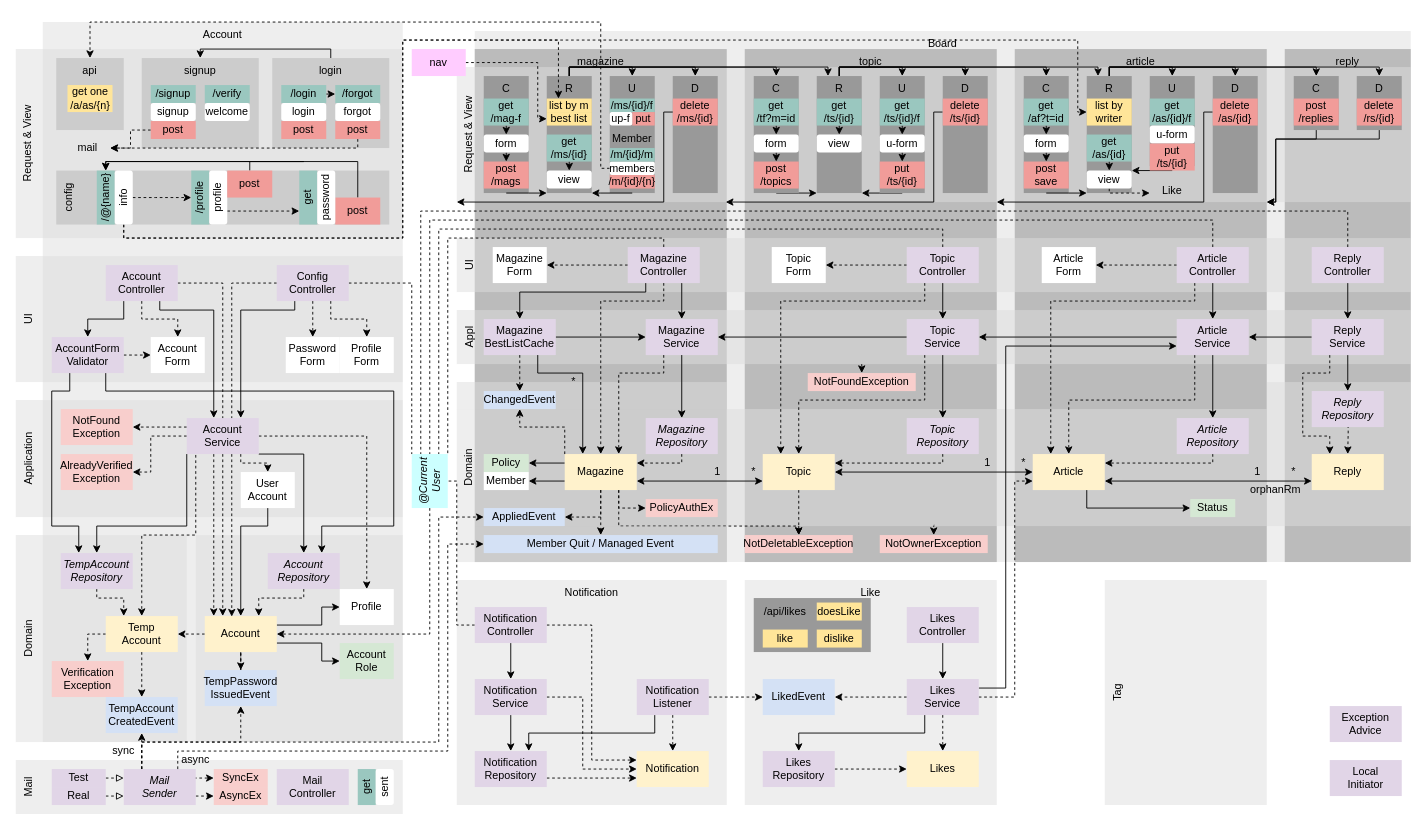
suloginscene/dinner keeps this draw.io diagram as diagram.drawio. Above is the earlier version. Source tidied: cells renumbered, new cells numbered last; positions are measured from the earlier drawing's top-left corner, leaving out a move shared by most shapes. Both pictures are drawn from the tidied source at 90%, with x=0, y=0 at pixel (15, 22).
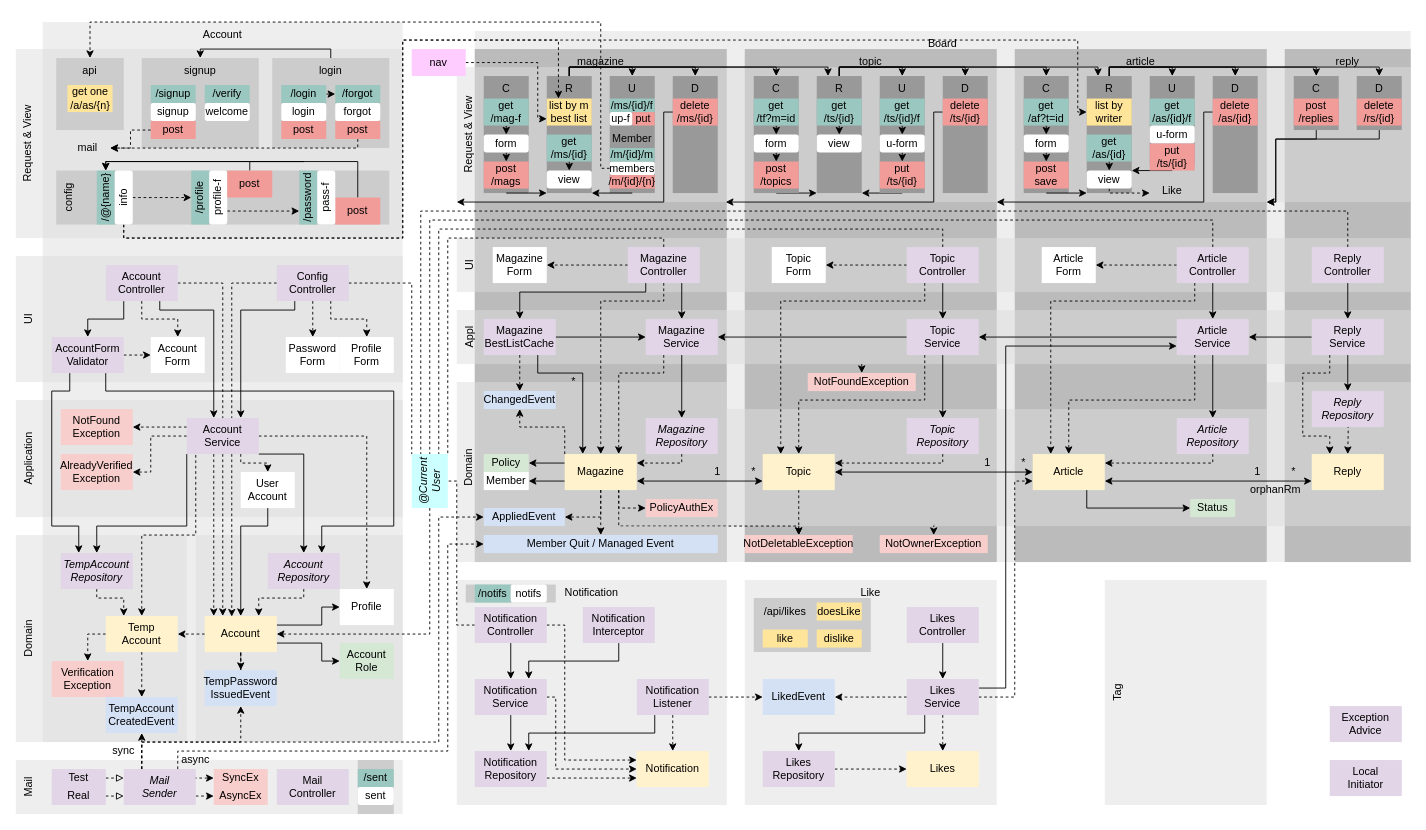
After the change.

Commit message (it also covers changes not shown here):
[#4] feat: Intercept & ship notification-count

Unchanged cells that the change refers to:
```xml
<mxCell id="327" value="Notification" style="rounded=0;whiteSpace=wrap;html=1;strokeColor=none;fillColor=#FFF2CC;" parent="1" vertex="1">
  <mxGeometry x="690" y="810" width="80" height="40" as="geometry" />
</mxCell>
<mxCell id="335" value="Notification&lt;br&gt;Controller" style="rounded=0;whiteSpace=wrap;html=1;strokeColor=none;fillColor=#E1D5E7;" parent="1" vertex="1">
  <mxGeometry x="510" y="650" width="80" height="40" as="geometry" />
</mxCell>
<mxCell id="338" value="Notification&lt;br&gt;Service" style="rounded=0;whiteSpace=wrap;html=1;strokeColor=none;fillColor=#E1D5E7;" parent="1" vertex="1">
  <mxGeometry x="510" y="730" width="80" height="40" as="geometry" />
</mxCell>
```

Diff of the diagram source:
```diff
@@
+    <mxCell id="4" value="Mail" style="rounded=0;whiteSpace=wrap;html=1;verticalAlign=top;fillColor=#EEEEEE;strokeColor=none;horizontal=0;" parent="1" vertex="1">
+      <mxGeometry y="820" width="430" height="60" as="geometry" />
+    </mxCell>
+    <mxCell id="339" style="rounded=0;whiteSpace=wrap;html=1;verticalAlign=top;strokeColor=none;align=left;fillColor=#CCCCCC;" parent="1" vertex="1">
+      <mxGeometry x="380" y="820" width="40" height="60" as="geometry" />
+    </mxCell>
@@
-    <mxCell id="4" value="Mail" style="rounded=0;whiteSpace=wrap;html=1;verticalAlign=top;fillColor=#EEEEEE;strokeColor=none;horizontal=0;" parent="1" vertex="1">
-      <mxGeometry y="820" width="430" height="60" as="geometry" />
-    </mxCell>
@@
-    <mxCell id="59" value="get" style="rounded=0;whiteSpace=wrap;html=1;strokeColor=none;fillColor=#9AC7BF;horizontal=0;" parent="1" vertex="1">
-      <mxGeometry x="380" y="830" width="20" height="40" as="geometry" />
+    <mxCell id="59" value="/sent" style="rounded=0;whiteSpace=wrap;html=1;strokeColor=none;fillColor=#9AC7BF;horizontal=1;" parent="1" vertex="1">
+      <mxGeometry x="380" y="830" width="40" height="20" as="geometry" />
     </mxCell>
@@
-    <mxCell id="62" value="sent" style="rounded=1;whiteSpace=wrap;html=1;strokeColor=none;horizontal=0;" parent="1" vertex="1">
-      <mxGeometry x="400" y="830" width="20" height="40" as="geometry" />
+    <mxCell id="62" value="sent" style="rounded=1;whiteSpace=wrap;html=1;strokeColor=none;horizontal=1;" parent="1" vertex="1">
+      <mxGeometry x="380" y="850" width="40" height="20" as="geometry" />
     </mxCell>
@@
-    <mxCell id="137" value="profile" style="rounded=1;whiteSpace=wrap;html=1;strokeColor=none;horizontal=0;" parent="1" vertex="1">
+    <mxCell id="137" value="profile-f" style="rounded=1;whiteSpace=wrap;html=1;strokeColor=none;horizontal=0;" parent="1" vertex="1">
       <mxGeometry x="215" y="165" width="20" height="60" as="geometry" />
     </mxCell>
@@
-    <mxCell id="303" value="get" style="rounded=0;whiteSpace=wrap;html=1;fontStyle=0;strokeColor=none;fillColor=#9AC7BF;horizontal=0;" parent="1" vertex="1">
+    <mxCell id="303" value="/password" style="rounded=0;whiteSpace=wrap;html=1;fontStyle=0;strokeColor=none;fillColor=#9AC7BF;horizontal=0;" parent="1" vertex="1">
       <mxGeometry x="315" y="165" width="20" height="60" as="geometry" />
     </mxCell>
-    <mxCell id="304" value="password" style="rounded=1;whiteSpace=wrap;html=1;strokeColor=none;horizontal=0;" parent="1" vertex="1">
+    <mxCell id="304" value="pass-f" style="rounded=1;whiteSpace=wrap;html=1;strokeColor=none;horizontal=0;" parent="1" vertex="1">
       <mxGeometry x="335" y="165" width="20" height="60" as="geometry" />
     </mxCell>
@@
-    <mxCell id="317" style="rounded=0;whiteSpace=wrap;html=1;verticalAlign=top;strokeColor=none;fillColor=#999999;align=left;" parent="1" vertex="1">
+    <mxCell id="317" style="rounded=0;whiteSpace=wrap;html=1;verticalAlign=top;strokeColor=none;align=left;fillColor=#CCCCCC;" parent="1" vertex="1">
       <mxGeometry x="820" y="640" width="130" height="60" as="geometry" />
     </mxCell>
@@
     <mxCell id="334" style="edgeStyle=orthogonalEdgeStyle;rounded=0;jettySize=auto;html=1;exitX=1;exitY=0.5;exitDx=0;exitDy=0;entryX=0;entryY=0.25;entryDx=0;entryDy=0;endArrow=classic;endFill=1;dashed=1;" parent="1" edge="1" source="335" target="327">
       <mxGeometry relative="1" as="geometry">
         <Array as="points">
-          <mxPoint x="640" y="670" />
-          <mxPoint x="640" y="820" />
+          <mxPoint x="610" y="670" />
+          <mxPoint x="610" y="820" />
         </Array>
       </mxGeometry>
     </mxCell>
@@
     <mxCell id="337" style="edgeStyle=orthogonalEdgeStyle;rounded=0;jettySize=auto;html=1;exitX=1;exitY=0.5;exitDx=0;exitDy=0;dashed=1;endArrow=classic;endFill=1;" parent="1" edge="1" source="338">
       <mxGeometry relative="1" as="geometry">
         <mxPoint x="690" y="830" as="targetPoint" />
         <Array as="points">
-          <mxPoint x="630" y="750" />
-          <mxPoint x="630" y="830" />
+          <mxPoint x="600" y="750" />
+          <mxPoint x="600" y="830" />
         </Array>
       </mxGeometry>
     </mxCell>
@@
+    <mxCell id="340" style="edgeStyle=orthogonalEdgeStyle;rounded=0;jettySize=auto;html=1;exitX=0.5;exitY=1;exitDx=0;exitDy=0;entryX=0.75;entryY=0;entryDx=0;entryDy=0;endArrow=classic;endFill=1;" parent="1" edge="1" source="341" target="338">
+      <mxGeometry relative="1" as="geometry" />
+    </mxCell>
+    <mxCell id="341" value="Notification&lt;br&gt;Interceptor" style="rounded=0;whiteSpace=wrap;html=1;strokeColor=none;fillColor=#E1D5E7;" parent="1" vertex="1">
+      <mxGeometry x="630" y="650" width="80" height="40" as="geometry" />
+    </mxCell>
+    <mxCell id="342" style="rounded=0;whiteSpace=wrap;html=1;verticalAlign=top;strokeColor=none;align=left;fillColor=#CCCCCC;" parent="1" vertex="1">
+      <mxGeometry x="500" y="625" width="100" height="20" as="geometry" />
+    </mxCell>
+    <mxCell id="343" value="/notifs" style="rounded=0;whiteSpace=wrap;html=1;strokeColor=none;fillColor=#9AC7BF;horizontal=1;" parent="1" vertex="1">
+      <mxGeometry x="510" y="625" width="40" height="20" as="geometry" />
+    </mxCell>
+    <mxCell id="344" value="notifs" style="rounded=1;whiteSpace=wrap;html=1;strokeColor=none;horizontal=1;" parent="1" vertex="1">
+      <mxGeometry x="550" y="625" width="40" height="20" as="geometry" />
+    </mxCell>
```
